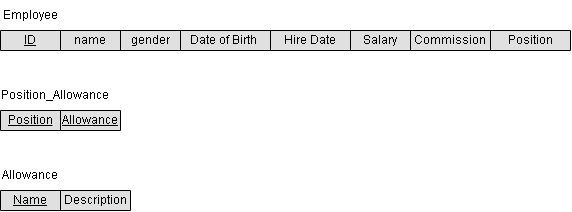
AhmedElkhashn/DB-project keeps this draw.io diagram as Phase 1/Relational Schema.drawio.png. Above is the earlier version. Source tidied: cells renumbered, new cells last; positions are measured from the earlier drawing's top-left corner, leaving out a move shared by most shapes.
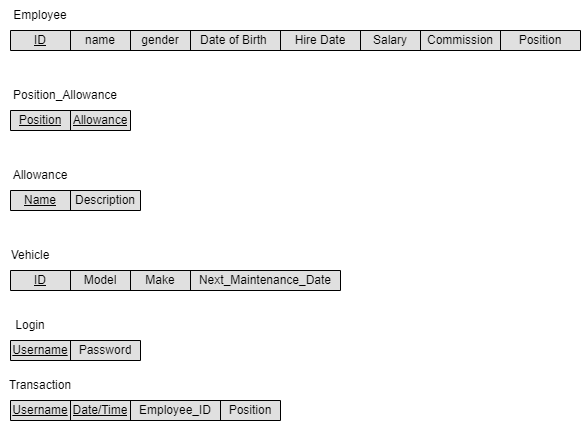
The same file after the commit.

The edit, as a diff of the source:
```diff
@@ -65,5 +65,62 @@
     <mxCell id="22" value="Allowance" style="text;html=1;strokeColor=none;fillColor=none;align=center;verticalAlign=middle;whiteSpace=wrap;rounded=0;" parent="1" vertex="1">
       <mxGeometry y="160" width="60" height="30" as="geometry" />
     </mxCell>
+    <mxCell id="23" style="shape=table;startSize=0;fontSize=16;fillColor=#E0E0E0;fontColor=#333333;strokeColor=#000000;" parent="1" vertex="1">
+      <mxGeometry y="270" width="330" height="20" as="geometry" />
+    </mxCell>
+    <mxCell id="24" style="shape=tableRow;horizontal=0;startSize=0;swimlaneHead=0;swimlaneBody=0;strokeColor=inherit;top=0;left=0;bottom=0;right=0;fillColor=none;fontSize=16;" parent="23" vertex="1">
+      <mxGeometry width="330" height="20" as="geometry" />
+    </mxCell>
+    <mxCell id="25" value="&lt;u&gt;ID&lt;/u&gt;" style="shape=partialRectangle;html=1;whiteSpace=wrap;strokeColor=inherit;overflow=hidden;fillColor=none;top=0;left=0;bottom=0;right=0;fontSize=12;" parent="24" vertex="1">
+      <mxGeometry width="60" height="20" as="geometry" />
+    </mxCell>
+    <mxCell id="26" value="Model" style="shape=partialRectangle;html=1;whiteSpace=wrap;strokeColor=inherit;overflow=hidden;fillColor=none;top=0;left=0;bottom=0;right=0;fontSize=12;" parent="24" vertex="1">
+      <mxGeometry x="60" width="60" height="20" as="geometry" />
+    </mxCell>
+    <mxCell id="27" value="Make" style="shape=partialRectangle;html=1;whiteSpace=wrap;strokeColor=inherit;overflow=hidden;fillColor=none;top=0;left=0;bottom=0;right=0;fontSize=12;" parent="24" vertex="1">
+      <mxGeometry x="120" width="60" height="20" as="geometry" />
+    </mxCell>
+    <mxCell id="28" value="Next_Maintenance_Date" style="shape=partialRectangle;html=1;whiteSpace=wrap;strokeColor=inherit;overflow=hidden;fillColor=none;top=0;left=0;bottom=0;right=0;fontSize=12;" parent="24" vertex="1">
+      <mxGeometry x="180" width="150" height="20" as="geometry" />
+    </mxCell>
+    <mxCell id="29" style="shape=table;startSize=0;fontSize=16;fillColor=#e0e0e0;fontColor=#333333;strokeColor=#000000;" parent="1" vertex="1">
+      <mxGeometry y="340" width="130" height="20" as="geometry" />
+    </mxCell>
+    <mxCell id="30" style="shape=tableRow;horizontal=0;startSize=0;swimlaneHead=0;swimlaneBody=0;strokeColor=inherit;top=0;left=0;bottom=0;right=0;fillColor=none;fontSize=16;" parent="29" vertex="1">
+      <mxGeometry width="130" height="20" as="geometry" />
+    </mxCell>
+    <mxCell id="31" value="&lt;u&gt;Username&lt;/u&gt;" style="shape=partialRectangle;html=1;whiteSpace=wrap;strokeColor=inherit;overflow=hidden;fillColor=none;top=0;left=0;bottom=0;right=0;fontSize=12;" parent="30" vertex="1">
+      <mxGeometry width="60" height="20" as="geometry" />
+    </mxCell>
+    <mxCell id="32" value="Password" style="shape=partialRectangle;html=1;whiteSpace=wrap;strokeColor=inherit;overflow=hidden;fillColor=none;top=0;left=0;bottom=0;right=0;fontSize=12;" parent="30" vertex="1">
+      <mxGeometry x="60" width="70" height="20" as="geometry" />
+    </mxCell>
+    <mxCell id="33" value="Login" style="text;html=1;strokeColor=none;fillColor=none;align=center;verticalAlign=middle;whiteSpace=wrap;rounded=0;" parent="1" vertex="1">
+      <mxGeometry x="-10" y="310" width="60" height="30" as="geometry" />
+    </mxCell>
+    <mxCell id="34" value="Vehicle" style="text;html=1;strokeColor=none;fillColor=none;align=center;verticalAlign=middle;whiteSpace=wrap;rounded=0;" parent="1" vertex="1">
+      <mxGeometry x="-10" y="240" width="60" height="30" as="geometry" />
+    </mxCell>
+    <mxCell id="35" style="shape=table;startSize=0;fontSize=16;fillColor=#E0E0E0;fontColor=#333333;strokeColor=#000000;" parent="1" vertex="1">
+      <mxGeometry y="400" width="270" height="20" as="geometry" />
+    </mxCell>
+    <mxCell id="36" style="shape=tableRow;horizontal=0;startSize=0;swimlaneHead=0;swimlaneBody=0;strokeColor=inherit;top=0;left=0;bottom=0;right=0;fillColor=none;fontSize=16;" parent="35" vertex="1">
+      <mxGeometry width="270" height="20" as="geometry" />
+    </mxCell>
+    <mxCell id="37" value="&lt;u&gt;Username&lt;/u&gt;" style="shape=partialRectangle;html=1;whiteSpace=wrap;strokeColor=inherit;overflow=hidden;fillColor=none;top=0;left=0;bottom=0;right=0;fontSize=12;" parent="36" vertex="1">
+      <mxGeometry width="60" height="20" as="geometry" />
+    </mxCell>
+    <mxCell id="38" value="Date/Time" style="shape=partialRectangle;html=1;whiteSpace=wrap;strokeColor=inherit;overflow=hidden;fillColor=none;top=0;left=0;bottom=0;right=0;fontSize=12;fontStyle=4;" parent="36" vertex="1">
+      <mxGeometry x="60" width="60" height="20" as="geometry" />
+    </mxCell>
+    <mxCell id="39" value="Employee_ID" style="shape=partialRectangle;html=1;whiteSpace=wrap;strokeColor=inherit;overflow=hidden;fillColor=none;top=0;left=0;bottom=0;right=0;fontSize=12;" parent="36" vertex="1">
+      <mxGeometry x="120" width="90" height="20" as="geometry" />
+    </mxCell>
+    <mxCell id="40" value="Position" style="shape=partialRectangle;html=1;whiteSpace=wrap;strokeColor=inherit;overflow=hidden;fillColor=none;top=0;left=0;bottom=0;right=0;fontSize=12;" parent="36" vertex="1">
+      <mxGeometry x="210" width="60" height="20" as="geometry" />
+    </mxCell>
+    <mxCell id="41" value="Transaction" style="text;html=1;strokeColor=none;fillColor=none;align=center;verticalAlign=middle;whiteSpace=wrap;rounded=0;" parent="1" vertex="1">
+      <mxGeometry y="370" width="60" height="30" as="geometry" />
+    </mxCell>
   </root>
 </mxGraphModel>
```
